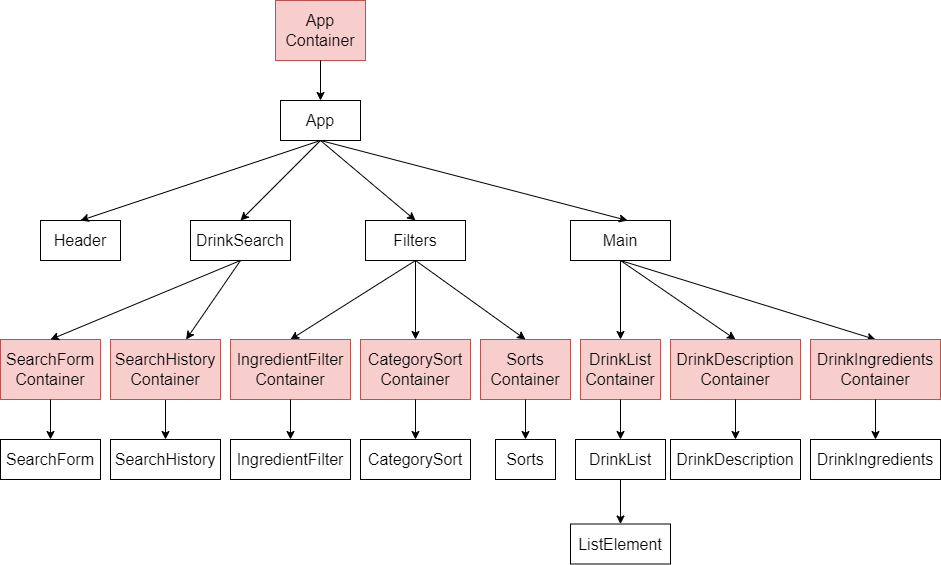
lina994/Drinks-finder keeps this draw.io diagram as resources/diagram.png. Above is the earlier version. Source tidied: cells renumbered, new cells last; positions are measured from the earlier drawing's top-left corner, leaving out a move shared by most shapes.
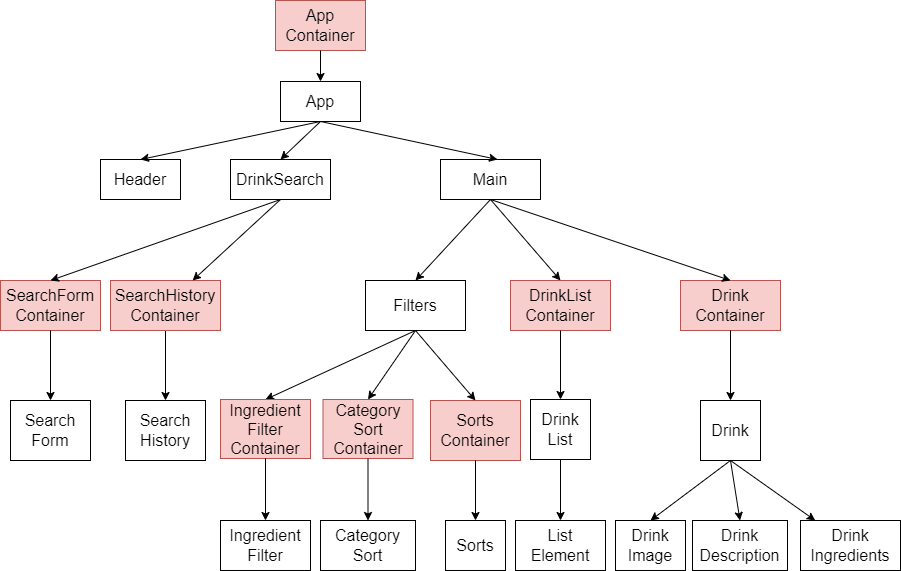
The same file after the commit.

Change to the diagram source:
```diff
@@ -3,34 +3,34 @@
     <mxCell id="0" />
     <mxCell id="1" parent="0" />
     <mxCell id="2" value="&lt;span style=&quot;font-size: 16px&quot;&gt;SearchForm&lt;/span&gt;&lt;span style=&quot;font-size: 16px&quot;&gt;&lt;br&gt;Container&lt;br&gt;&lt;/span&gt;" style="rounded=0;whiteSpace=wrap;html=1;fillColor=#f8cecc;strokeColor=#b85450;" parent="1" vertex="1">
-      <mxGeometry y="339" width="100" height="60" as="geometry" />
+      <mxGeometry y="299" width="100" height="50" as="geometry" />
     </mxCell>
     <mxCell id="3" value="&lt;font style=&quot;font-size: 16px&quot;&gt;App&lt;/font&gt;" style="rounded=0;whiteSpace=wrap;html=1;" parent="1" vertex="1">
       <mxGeometry x="280" y="100" width="80" height="40" as="geometry" />
     </mxCell>
     <mxCell id="4" value="&lt;font style=&quot;font-size: 16px&quot;&gt;Header&lt;/font&gt;" style="rounded=0;whiteSpace=wrap;html=1;" parent="1" vertex="1">
-      <mxGeometry x="40" y="220" width="80" height="40" as="geometry" />
+      <mxGeometry x="100" y="178" width="80" height="40" as="geometry" />
     </mxCell>
     <mxCell id="5" value="&lt;font style=&quot;font-size: 16px&quot;&gt;DrinkSearch&lt;/font&gt;" style="rounded=0;whiteSpace=wrap;html=1;" parent="1" vertex="1">
-      <mxGeometry x="190" y="220" width="100" height="40" as="geometry" />
+      <mxGeometry x="230" y="178" width="100" height="40" as="geometry" />
     </mxCell>
-    <mxCell id="6" value="&lt;font style=&quot;font-size: 16px&quot;&gt;DrinkList&lt;/font&gt;" style="rounded=0;whiteSpace=wrap;html=1;" parent="1" vertex="1">
-      <mxGeometry x="575" y="439" width="90" height="40" as="geometry" />
+    <mxCell id="6" value="&lt;font style=&quot;font-size: 16px&quot;&gt;Drink&lt;br&gt;List&lt;/font&gt;" style="rounded=0;whiteSpace=wrap;html=1;" parent="1" vertex="1">
+      <mxGeometry x="530" y="418" width="60" height="60" as="geometry" />
     </mxCell>
-    <mxCell id="7" value="&lt;font style=&quot;font-size: 16px&quot;&gt;DrinkIngredients&lt;/font&gt;" style="rounded=0;whiteSpace=wrap;html=1;" parent="1" vertex="1">
-      <mxGeometry x="810" y="439" width="130" height="40" as="geometry" />
+    <mxCell id="7" value="&lt;font style=&quot;font-size: 16px&quot;&gt;Drink&lt;br&gt;Ingredients&lt;/font&gt;" style="rounded=0;whiteSpace=wrap;html=1;" parent="1" vertex="1">
+      <mxGeometry x="800" y="539" width="100" height="50" as="geometry" />
     </mxCell>
-    <mxCell id="8" value="&lt;font style=&quot;font-size: 16px&quot;&gt;IngredientFilter&lt;/font&gt;" style="rounded=0;whiteSpace=wrap;html=1;" parent="1" vertex="1">
-      <mxGeometry x="230" y="439" width="120" height="40" as="geometry" />
+    <mxCell id="8" value="&lt;font style=&quot;font-size: 16px&quot;&gt;Ingredient&lt;br&gt;Filter&lt;/font&gt;" style="rounded=0;whiteSpace=wrap;html=1;" parent="1" vertex="1">
+      <mxGeometry x="220" y="539" width="90" height="50" as="geometry" />
     </mxCell>
-    <mxCell id="9" value="&lt;font style=&quot;font-size: 16px&quot;&gt;DrinkDescription&lt;/font&gt;" style="rounded=0;whiteSpace=wrap;html=1;" parent="1" vertex="1">
-      <mxGeometry x="670" y="439" width="130" height="40" as="geometry" />
+    <mxCell id="9" value="&lt;font style=&quot;font-size: 16px&quot;&gt;Drink&lt;br&gt;Description&lt;/font&gt;" style="rounded=0;whiteSpace=wrap;html=1;" parent="1" vertex="1">
+      <mxGeometry x="692" y="539" width="95" height="50" as="geometry" />
     </mxCell>
-    <mxCell id="10" value="&lt;font style=&quot;font-size: 16px&quot;&gt;CategorySort&lt;/font&gt;" style="rounded=0;whiteSpace=wrap;html=1;" parent="1" vertex="1">
-      <mxGeometry x="360" y="439" width="110" height="40" as="geometry" />
+    <mxCell id="10" value="&lt;font style=&quot;font-size: 16px&quot;&gt;Category&lt;br&gt;Sort&lt;/font&gt;" style="rounded=0;whiteSpace=wrap;html=1;" parent="1" vertex="1">
+      <mxGeometry x="320" y="539" width="95" height="50" as="geometry" />
     </mxCell>
     <mxCell id="11" value="&lt;font style=&quot;font-size: 16px&quot;&gt;Main&lt;/font&gt;" style="rounded=0;whiteSpace=wrap;html=1;" parent="1" vertex="1">
-      <mxGeometry x="570" y="220" width="100" height="40" as="geometry" />
+      <mxGeometry x="440" y="178" width="100" height="40" as="geometry" />
     </mxCell>
     <mxCell id="12" style="endArrow=classic;html=1;rounded=0;fontSize=16;exitX=0.5;exitY=1;exitDx=0;exitDy=0;entryX=0.5;entryY=0;entryDx=0;entryDy=0;" parent="1" edge="1" source="3" target="4">
       <mxGeometry relative="1" as="geometry" />
@@ -44,11 +44,11 @@
     <mxCell id="15" style="endArrow=classic;html=1;rounded=0;fontSize=16;entryX=0.5;entryY=0;entryDx=0;entryDy=0;exitX=0.5;exitY=1;exitDx=0;exitDy=0;" parent="1" edge="1" source="2" target="16">
       <mxGeometry relative="1" as="geometry" />
     </mxCell>
-    <mxCell id="16" value="&lt;font style=&quot;font-size: 16px&quot;&gt;SearchForm&lt;/font&gt;" style="rounded=0;whiteSpace=wrap;html=1;" parent="1" vertex="1">
-      <mxGeometry y="439" width="100" height="40" as="geometry" />
+    <mxCell id="16" value="&lt;font style=&quot;font-size: 16px&quot;&gt;Search&lt;br&gt;Form&lt;/font&gt;" style="rounded=0;whiteSpace=wrap;html=1;" parent="1" vertex="1">
+      <mxGeometry x="10" y="419" width="80" height="60" as="geometry" />
     </mxCell>
-    <mxCell id="17" value="&lt;font style=&quot;font-size: 16px&quot;&gt;SearchHistory&lt;/font&gt;" style="rounded=0;whiteSpace=wrap;html=1;" parent="1" vertex="1">
-      <mxGeometry x="110" y="439" width="110" height="40" as="geometry" />
+    <mxCell id="17" value="&lt;font style=&quot;font-size: 16px&quot;&gt;Search&lt;br&gt;History&lt;/font&gt;" style="rounded=0;whiteSpace=wrap;html=1;" parent="1" vertex="1">
+      <mxGeometry x="125" y="419" width="80" height="60" as="geometry" />
     </mxCell>
     <mxCell id="18" style="endArrow=classic;html=1;rounded=0;fontSize=16;exitX=0.5;exitY=1;exitDx=0;exitDy=0;entryX=0.5;entryY=0;entryDx=0;entryDy=0;" parent="1" edge="1" source="29" target="17">
       <mxGeometry relative="1" as="geometry" />
@@ -57,27 +57,19 @@
       <mxGeometry relative="1" as="geometry" />
     </mxCell>
     <mxCell id="20" value="&lt;font style=&quot;font-size: 16px&quot;&gt;Filters&lt;/font&gt;" style="rounded=0;whiteSpace=wrap;html=1;" parent="1" vertex="1">
-      <mxGeometry x="365" y="220" width="100" height="40" as="geometry" />
+      <mxGeometry x="365" y="299" width="100" height="50" as="geometry" />
     </mxCell>
-    <mxCell id="21" style="endArrow=classic;html=1;rounded=0;fontSize=16;exitX=0.5;exitY=1;exitDx=0;exitDy=0;entryX=0.5;entryY=0;entryDx=0;entryDy=0;" parent="1" edge="1" source="3" target="20">
+    <mxCell id="21" style="endArrow=classic;html=1;rounded=0;fontSize=16;exitX=0.5;exitY=1;exitDx=0;exitDy=0;entryX=0.5;entryY=0;entryDx=0;entryDy=0;" parent="1" edge="1" source="11" target="20">
       <mxGeometry relative="1" as="geometry" />
     </mxCell>
-    <mxCell id="22" style="endArrow=classic;html=1;rounded=0;fontSize=16;exitX=0.5;exitY=1;exitDx=0;exitDy=0;entryX=0.5;entryY=0;entryDx=0;entryDy=0;" parent="1" edge="1" source="20" target="40">
+    <mxCell id="22" style="endArrow=classic;html=1;rounded=0;fontSize=16;entryX=0.5;entryY=0;entryDx=0;entryDy=0;exitX=0.5;exitY=1;exitDx=0;exitDy=0;" parent="1" edge="1" source="20" target="40">
       <mxGeometry relative="1" as="geometry" />
     </mxCell>
     <mxCell id="23" style="endArrow=classic;html=1;rounded=0;fontSize=16;exitX=0.5;exitY=1;exitDx=0;exitDy=0;entryX=0.5;entryY=0;entryDx=0;entryDy=0;" parent="1" edge="1" source="11" target="31">
       <mxGeometry relative="1" as="geometry" />
     </mxCell>
-    <mxCell id="24" style="endArrow=classic;html=1;rounded=0;fontSize=16;entryX=0.5;entryY=0;entryDx=0;entryDy=0;exitX=0.5;exitY=1;exitDx=0;exitDy=0;" parent="1" edge="1" source="11" target="35">
-      <mxGeometry relative="1" as="geometry" />
-    </mxCell>
-    <mxCell id="25" style="endArrow=classic;html=1;rounded=0;fontSize=16;entryX=0.5;entryY=0;entryDx=0;entryDy=0;" parent="1" edge="1" target="37">
-      <mxGeometry relative="1" as="geometry">
-        <mxPoint x="620" y="260" as="sourcePoint" />
-      </mxGeometry>
-    </mxCell>
-    <mxCell id="26" value="&lt;font style=&quot;font-size: 16px&quot;&gt;ListElement&lt;/font&gt;" style="rounded=0;whiteSpace=wrap;html=1;" parent="1" vertex="1">
-      <mxGeometry x="570" y="523.5" width="100" height="40" as="geometry" />
+    <mxCell id="26" value="&lt;font style=&quot;font-size: 16px&quot;&gt;List&lt;br&gt;Element&lt;/font&gt;" style="rounded=0;whiteSpace=wrap;html=1;" parent="1" vertex="1">
+      <mxGeometry x="515" y="539" width="90" height="50" as="geometry" />
     </mxCell>
     <mxCell id="27" style="endArrow=classic;html=1;rounded=0;fontSize=16;exitX=0.5;exitY=1;exitDx=0;exitDy=0;entryX=0.5;entryY=0;entryDx=0;entryDy=0;" parent="1" edge="1" source="6" target="26">
       <mxGeometry relative="1" as="geometry" />
@@ -86,40 +78,34 @@
       <mxGeometry relative="1" as="geometry" />
     </mxCell>
     <mxCell id="29" value="&lt;span style=&quot;font-size: 16px&quot;&gt;SearchHistory&lt;/span&gt;&lt;span style=&quot;font-size: 16px&quot;&gt;&lt;br&gt;Container&lt;br&gt;&lt;/span&gt;" style="rounded=0;whiteSpace=wrap;html=1;fillColor=#f8cecc;strokeColor=#b85450;" parent="1" vertex="1">
-      <mxGeometry x="110" y="339" width="110" height="60" as="geometry" />
+      <mxGeometry x="110" y="299" width="110" height="50" as="geometry" />
     </mxCell>
     <mxCell id="30" style="endArrow=classic;html=1;rounded=0;fontSize=16;exitX=0.5;exitY=1;exitDx=0;exitDy=0;" parent="1" edge="1" source="5" target="29">
       <mxGeometry relative="1" as="geometry" />
     </mxCell>
     <mxCell id="31" value="&lt;span style=&quot;font-size: 16px&quot;&gt;DrinkList&lt;/span&gt;&lt;span style=&quot;font-size: 16px&quot;&gt;&lt;br&gt;Container&lt;br&gt;&lt;/span&gt;" style="rounded=0;whiteSpace=wrap;html=1;fillColor=#f8cecc;strokeColor=#b85450;" parent="1" vertex="1">
-      <mxGeometry x="580" y="339" width="80" height="60" as="geometry" />
+      <mxGeometry x="510" y="299" width="100" height="50" as="geometry" />
     </mxCell>
     <mxCell id="32" style="endArrow=classic;html=1;rounded=0;fontSize=16;exitX=0.5;exitY=1;exitDx=0;exitDy=0;entryX=0.5;entryY=0;entryDx=0;entryDy=0;" parent="1" edge="1" source="31" target="6">
       <mxGeometry relative="1" as="geometry" />
     </mxCell>
     <mxCell id="33" value="&lt;span style=&quot;font-size: 16px&quot;&gt;App&lt;/span&gt;&lt;span style=&quot;font-size: 16px&quot;&gt;&lt;br&gt;Container&lt;br&gt;&lt;/span&gt;" style="rounded=0;whiteSpace=wrap;html=1;fillColor=#f8cecc;strokeColor=#b85450;" parent="1" vertex="1">
-      <mxGeometry x="275" width="90" height="60" as="geometry" />
+      <mxGeometry x="275" y="19" width="90" height="50" as="geometry" />
     </mxCell>
     <mxCell id="34" style="endArrow=classic;html=1;rounded=0;fontSize=16;exitX=0.5;exitY=1;exitDx=0;exitDy=0;entryX=0.5;entryY=0;entryDx=0;entryDy=0;" parent="1" edge="1" source="33" target="3">
       <mxGeometry relative="1" as="geometry" />
     </mxCell>
-    <mxCell id="35" value="&lt;span style=&quot;font-size: 16px&quot;&gt;DrinkDescription&lt;/span&gt;&lt;br&gt;&lt;span style=&quot;font-size: 16px&quot;&gt;Container&lt;/span&gt;" style="rounded=0;whiteSpace=wrap;html=1;fillColor=#f8cecc;strokeColor=#b85450;" parent="1" vertex="1">
-      <mxGeometry x="670" y="339" width="130" height="60" as="geometry" />
-    </mxCell>
-    <mxCell id="36" style="endArrow=classic;html=1;rounded=0;fontSize=16;entryX=0.5;entryY=0;entryDx=0;entryDy=0;exitX=0.5;exitY=1;exitDx=0;exitDy=0;" parent="1" edge="1" source="35" target="9">
+    <mxCell id="36" style="endArrow=classic;html=1;rounded=0;fontSize=16;entryX=0.5;entryY=0;entryDx=0;entryDy=0;exitX=0.5;exitY=1;exitDx=0;exitDy=0;" parent="1" edge="1" source="49" target="9">
       <mxGeometry relative="1" as="geometry" />
     </mxCell>
-    <mxCell id="37" value="&lt;span style=&quot;font-size: 16px&quot;&gt;DrinkIngredients&lt;/span&gt;&lt;br&gt;&lt;span style=&quot;font-size: 16px&quot;&gt;Container&lt;/span&gt;" style="rounded=0;whiteSpace=wrap;html=1;fillColor=#f8cecc;strokeColor=#b85450;" parent="1" vertex="1">
-      <mxGeometry x="810" y="339" width="130" height="60" as="geometry" />
-    </mxCell>
-    <mxCell id="38" style="endArrow=classic;html=1;rounded=0;fontSize=16;exitX=0.5;exitY=1;exitDx=0;exitDy=0;" parent="1" edge="1" source="37" target="7">
+    <mxCell id="38" style="endArrow=classic;html=1;rounded=0;fontSize=16;exitX=0.5;exitY=1;exitDx=0;exitDy=0;" parent="1" edge="1" source="49" target="7">
       <mxGeometry relative="1" as="geometry" />
     </mxCell>
-    <mxCell id="39" value="&lt;span style=&quot;font-size: 16px&quot;&gt;IngredientFilter&lt;/span&gt;&lt;span style=&quot;font-size: 16px&quot;&gt;&lt;br&gt;Container&lt;br&gt;&lt;/span&gt;" style="rounded=0;whiteSpace=wrap;html=1;fillColor=#f8cecc;strokeColor=#b85450;" parent="1" vertex="1">
-      <mxGeometry x="230" y="339" width="120" height="60" as="geometry" />
+    <mxCell id="39" value="&lt;span style=&quot;font-size: 16px&quot;&gt;Ingredient&lt;br&gt;Filter&lt;/span&gt;&lt;span style=&quot;font-size: 16px&quot;&gt;&lt;br&gt;Container&lt;br&gt;&lt;/span&gt;" style="rounded=0;whiteSpace=wrap;html=1;fillColor=#f8cecc;strokeColor=#b85450;" parent="1" vertex="1">
+      <mxGeometry x="220" y="418" width="90" height="59" as="geometry" />
     </mxCell>
-    <mxCell id="40" value="&lt;span style=&quot;font-size: 16px&quot;&gt;CategorySort&lt;/span&gt;&lt;span style=&quot;font-size: 16px&quot;&gt;&lt;br&gt;Container&lt;br&gt;&lt;/span&gt;" style="rounded=0;whiteSpace=wrap;html=1;fillColor=#f8cecc;strokeColor=#b85450;" parent="1" vertex="1">
-      <mxGeometry x="360" y="339" width="110" height="60" as="geometry" />
+    <mxCell id="40" value="&lt;span style=&quot;font-size: 16px&quot;&gt;Category&lt;br&gt;Sort&lt;/span&gt;&lt;span style=&quot;font-size: 16px&quot;&gt;&lt;br&gt;Container&lt;br&gt;&lt;/span&gt;" style="rounded=0;whiteSpace=wrap;html=1;fillColor=#f8cecc;strokeColor=#b85450;" parent="1" vertex="1">
+      <mxGeometry x="322.5" y="418" width="90" height="59" as="geometry" />
     </mxCell>
     <mxCell id="41" style="endArrow=classic;html=1;rounded=0;fontSize=16;exitX=0.5;exitY=1;exitDx=0;exitDy=0;entryX=0.5;entryY=0;entryDx=0;entryDy=0;" parent="1" edge="1" source="40" target="10">
       <mxGeometry relative="1" as="geometry" />
@@ -128,10 +114,10 @@
       <mxGeometry relative="1" as="geometry" />
     </mxCell>
     <mxCell id="43" value="&lt;font style=&quot;font-size: 16px&quot;&gt;Sorts&lt;/font&gt;" style="rounded=0;whiteSpace=wrap;html=1;" parent="1" vertex="1">
-      <mxGeometry x="495" y="439" width="60" height="40" as="geometry" />
+      <mxGeometry x="445" y="539" width="60" height="50" as="geometry" />
     </mxCell>
     <mxCell id="44" value="&lt;span style=&quot;font-size: 16px&quot;&gt;Sorts&lt;/span&gt;&lt;span style=&quot;font-size: 16px&quot;&gt;&lt;br&gt;Container&lt;br&gt;&lt;/span&gt;" style="rounded=0;whiteSpace=wrap;html=1;fillColor=#f8cecc;strokeColor=#b85450;" parent="1" vertex="1">
-      <mxGeometry x="480" y="339" width="90" height="60" as="geometry" />
+      <mxGeometry x="430" y="419" width="90" height="60" as="geometry" />
     </mxCell>
     <mxCell id="45" style="endArrow=classic;html=1;rounded=0;fontSize=16;entryX=0.5;entryY=0;entryDx=0;entryDy=0;exitX=0.5;exitY=1;exitDx=0;exitDy=0;" parent="1" edge="1" source="20" target="44">
       <mxGeometry relative="1" as="geometry" />
@@ -139,5 +125,23 @@
     <mxCell id="46" style="endArrow=classic;html=1;rounded=0;fontSize=16;entryX=0.5;entryY=0;entryDx=0;entryDy=0;exitX=0.5;exitY=1;exitDx=0;exitDy=0;" parent="1" edge="1" source="44" target="43">
       <mxGeometry relative="1" as="geometry" />
     </mxCell>
+    <mxCell id="47" value="&lt;font style=&quot;font-size: 16px&quot;&gt;Drink&lt;br&gt;Image&lt;/font&gt;" style="rounded=0;whiteSpace=wrap;html=1;" parent="1" vertex="1">
+      <mxGeometry x="615" y="539" width="70" height="50" as="geometry" />
+    </mxCell>
+    <mxCell id="48" style="endArrow=classic;html=1;rounded=0;fontSize=16;exitX=0.5;exitY=1;exitDx=0;exitDy=0;entryX=0.5;entryY=0;entryDx=0;entryDy=0;" parent="1" edge="1" source="49" target="47">
+      <mxGeometry relative="1" as="geometry" />
+    </mxCell>
+    <mxCell id="49" value="&lt;font style=&quot;font-size: 16px&quot;&gt;Drink&lt;/font&gt;" style="rounded=0;whiteSpace=wrap;html=1;" parent="1" vertex="1">
+      <mxGeometry x="700" y="419" width="60" height="60" as="geometry" />
+    </mxCell>
+    <mxCell id="50" value="&lt;span style=&quot;font-size: 16px&quot;&gt;Drink&lt;br&gt;Container&lt;br&gt;&lt;/span&gt;" style="rounded=0;whiteSpace=wrap;html=1;fillColor=#f8cecc;strokeColor=#b85450;" parent="1" vertex="1">
+      <mxGeometry x="680" y="299" width="100" height="50" as="geometry" />
+    </mxCell>
+    <mxCell id="51" style="endArrow=classic;html=1;rounded=0;fontSize=16;exitX=0.5;exitY=1;exitDx=0;exitDy=0;entryX=0.5;entryY=0;entryDx=0;entryDy=0;" parent="1" edge="1" source="11" target="50">
+      <mxGeometry relative="1" as="geometry" />
+    </mxCell>
+    <mxCell id="52" style="endArrow=classic;html=1;rounded=0;fontSize=16;exitX=0.5;exitY=1;exitDx=0;exitDy=0;entryX=0.5;entryY=0;entryDx=0;entryDy=0;" parent="1" edge="1" source="50" target="49">
+      <mxGeometry relative="1" as="geometry" />
+    </mxCell>
   </root>
 </mxGraphModel>
```
